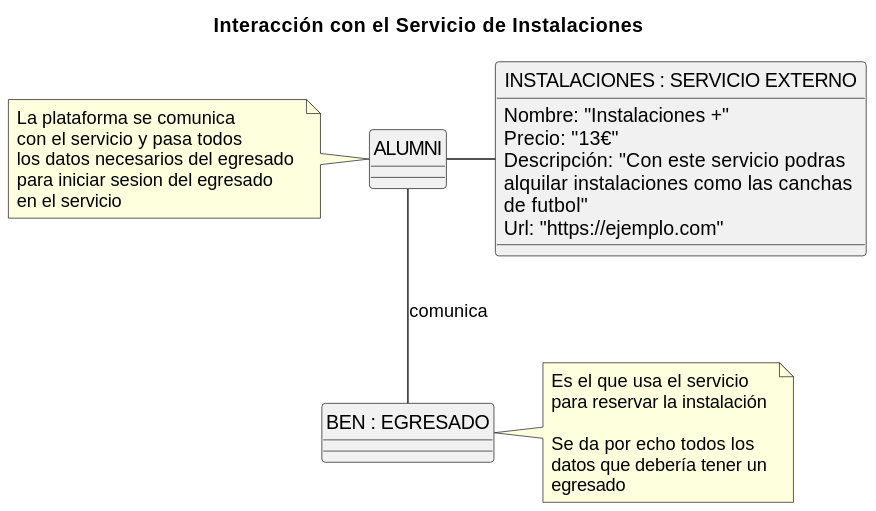
The PlantUML diagram Modelo_de_Dominio/Diagramas_de_Objetos/Reserva_Instalaciones/Diagrama_de_Objetos-Servicio_Externo.svg in mmasias/23-24-IdSw1-SDR, before a commit.
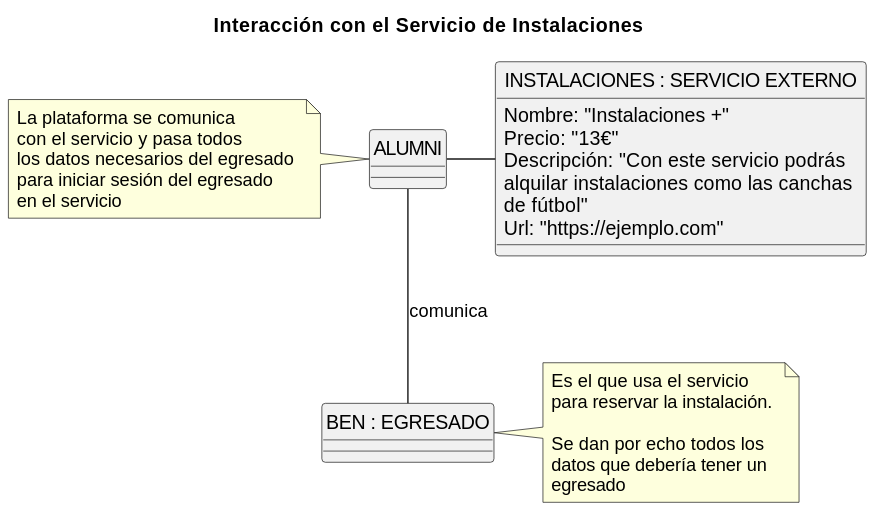
Above is the later version.

Diff of the diagram source:
```diff
@@ -9,7 +9,7 @@
 {
     Nombre: "Instalaciones +"
     Precio: "13€"
-    Descripción: "Con este servicio podras\nalquilar instalaciones como las canchas \nde futbol"
+    Descripción: "Con este servicio podrás\nalquilar instalaciones como las canchas \nde fútbol"
     Url: "https://ejemplo.com"
 }
 
@@ -20,7 +20,7 @@
 }
 
 "INSTALACIONES : SERVICIO EXTERNO" -left- "ALUMNI"
-note left: La plataforma se comunica \ncon el servicio y pasa todos \nlos datos necesarios del egresado \npara iniciar sesion del egresado \nen el servicio
+note left: La plataforma se comunica \ncon el servicio y pasa todos \nlos datos necesarios del egresado \npara iniciar sesión del egresado \nen el servicio
 "ALUMNI" -- "BEN : EGRESADO" : comunica
-note right: Es el que usa el servicio\npara reservar la instalación \n\nSe da por echo todos los \ndatos que debería tener un \negresado
+note right: Es el que usa el servicio\npara reservar la instalación. \n\nSe dan por echo todos los \ndatos que debería tener un \negresado
 @enduml
```
